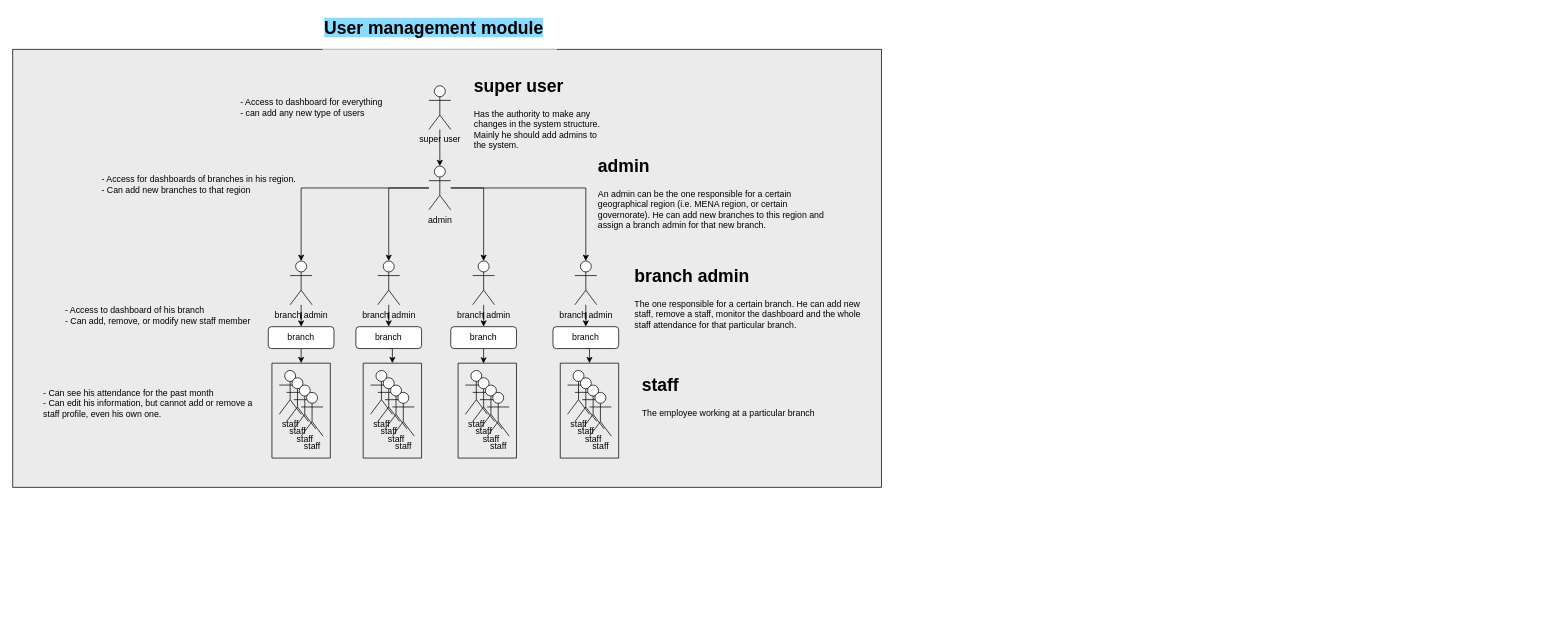
This is .drawio from NourEldeenM/surveillance-system, a draw.io file, before an edit. Source tidied: cells renumbered, new cells numbered last; positions are measured from the earlier drawing's top-left corner, leaving out a move shared by most shapes. Both pictures are drawn from the tidied source at 73%, with x=0, y=0 at pixel (12, 12).
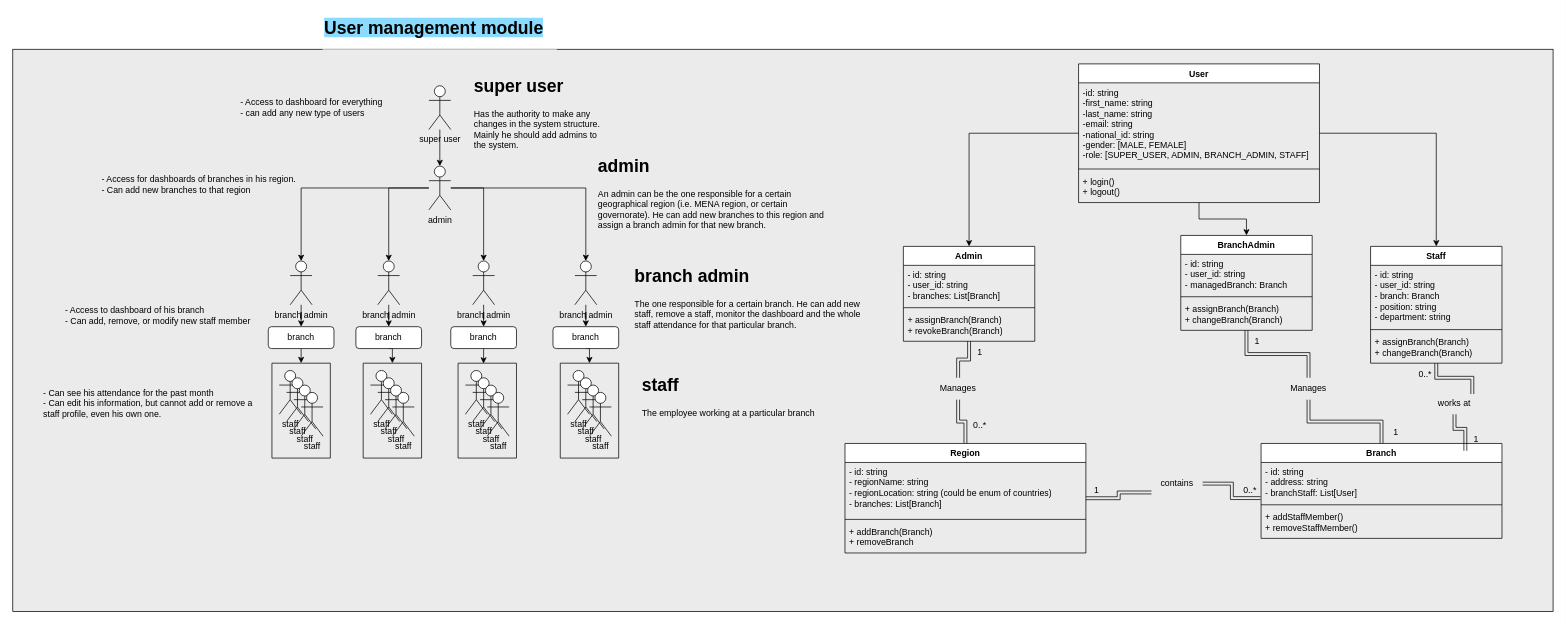
The same page after the edit.

Commit message:
feature(user): add class diagram in .drawio

Change to the diagram source:
```diff
@@
     <mxCell id="2" style="rounded=0;whiteSpace=wrap;html=1;shadow=0;fillColor=light-dark(#EBEBEB,var(--ge-dark-color, #121212));" parent="1" vertex="1">
-      <mxGeometry y="50" width="1190" height="600" as="geometry" />
+      <mxGeometry y="50" width="2110" height="770" as="geometry" />
     </mxCell>
@@
+    <mxCell id="59" style="edgeStyle=orthogonalEdgeStyle;rounded=0;jettySize=auto;html=1;entryX=0.5;entryY=0;entryDx=0;entryDy=0;" parent="1" edge="1" source="61" target="72">
+      <mxGeometry relative="1" as="geometry" />
+    </mxCell>
+    <mxCell id="60" style="edgeStyle=orthogonalEdgeStyle;rounded=0;jettySize=auto;html=1;entryX=0.5;entryY=0;entryDx=0;entryDy=0;" parent="1" edge="1" source="61" target="76">
+      <mxGeometry relative="1" as="geometry" />
+    </mxCell>
+    <mxCell id="61" value="User" style="swimlane;fontStyle=1;align=center;verticalAlign=top;horizontal=1;startSize=26;whiteSpace=wrap;html=1;" parent="1" vertex="1">
+      <mxGeometry x="1460" y="70" width="330" height="190" as="geometry" />
+    </mxCell>
+    <mxCell id="62" value="-id: string&lt;div&gt;-first_name: string&lt;/div&gt;&lt;div&gt;-last_name: string&lt;/div&gt;&lt;div&gt;-email: string&lt;/div&gt;&lt;div&gt;-national_id: string&lt;/div&gt;&lt;div&gt;-gender: [MALE, FEMALE]&lt;/div&gt;&lt;div&gt;-role: [SUPER_USER, ADMIN, BRANCH_ADMIN, STAFF]&lt;/div&gt;" style="text;strokeColor=none;fillColor=none;align=left;verticalAlign=top;spacingLeft=4;spacingRight=4;overflow=hidden;whiteSpace=wrap;html=1;" parent="61" vertex="1">
+      <mxGeometry y="26" width="330" height="114" as="geometry" />
+    </mxCell>
+    <mxCell id="63" style="line;strokeWidth=1;fillColor=none;align=left;verticalAlign=middle;spacingTop=-1;spacingLeft=3;spacingRight=3;labelPosition=right;strokeColor=inherit;" parent="61" vertex="1">
+      <mxGeometry y="140" width="330" height="8" as="geometry" />
+    </mxCell>
+    <mxCell id="64" value="+ login()&lt;div&gt;+ logout()&lt;/div&gt;" style="text;strokeColor=none;fillColor=none;align=left;verticalAlign=top;spacingLeft=4;spacingRight=4;overflow=hidden;whiteSpace=wrap;html=1;" parent="61" vertex="1">
+      <mxGeometry y="148" width="330" height="42" as="geometry" />
+    </mxCell>
+    <mxCell id="65" style="edgeStyle=orthogonalEdgeStyle;rounded=0;jettySize=auto;html=1;shape=link;" parent="1" edge="1" source="100" target="84">
+      <mxGeometry relative="1" as="geometry" />
+    </mxCell>
+    <mxCell id="66" value="Admin" style="swimlane;fontStyle=1;align=center;verticalAlign=top;horizontal=1;startSize=26;whiteSpace=wrap;html=1;" parent="1" vertex="1">
+      <mxGeometry x="1220" y="320" width="180" height="130" as="geometry" />
+    </mxCell>
+    <mxCell id="67" value="- id: string&lt;div&gt;- user_id: string&lt;/div&gt;&lt;div&gt;- branches: List[Branch]&lt;/div&gt;" style="text;strokeColor=none;fillColor=none;align=left;verticalAlign=top;spacingLeft=4;spacingRight=4;overflow=hidden;whiteSpace=wrap;html=1;" parent="66" vertex="1">
+      <mxGeometry y="26" width="180" height="54" as="geometry" />
+    </mxCell>
+    <mxCell id="68" style="line;strokeWidth=1;fillColor=none;align=left;verticalAlign=middle;spacingTop=-1;spacingLeft=3;spacingRight=3;labelPosition=right;strokeColor=inherit;" parent="66" vertex="1">
+      <mxGeometry y="80" width="180" height="8" as="geometry" />
+    </mxCell>
+    <mxCell id="69" value="+ assignBranch(Branch)&lt;div&gt;+ revokeBranch(Branch)&lt;/div&gt;" style="text;strokeColor=none;fillColor=none;align=left;verticalAlign=top;spacingLeft=4;spacingRight=4;overflow=hidden;whiteSpace=wrap;html=1;" parent="66" vertex="1">
+      <mxGeometry y="88" width="180" height="42" as="geometry" />
+    </mxCell>
+    <mxCell id="70" style="edgeStyle=orthogonalEdgeStyle;rounded=0;jettySize=auto;html=1;entryX=0.5;entryY=0;entryDx=0;entryDy=0;" parent="1" edge="1" source="61" target="66">
+      <mxGeometry relative="1" as="geometry" />
+    </mxCell>
+    <mxCell id="71" style="edgeStyle=orthogonalEdgeStyle;rounded=0;jettySize=auto;html=1;entryX=0.5;entryY=0;entryDx=0;entryDy=0;shape=link;" parent="1" edge="1" source="96" target="80">
+      <mxGeometry relative="1" as="geometry" />
+    </mxCell>
+    <mxCell id="72" value="BranchAdmin" style="swimlane;fontStyle=1;align=center;verticalAlign=top;horizontal=1;startSize=26;whiteSpace=wrap;html=1;" parent="1" vertex="1">
+      <mxGeometry x="1600" y="305" width="180" height="130" as="geometry" />
+    </mxCell>
+    <mxCell id="73" value="- id: string&lt;div&gt;- user_id: string&lt;/div&gt;&lt;div&gt;- managedBranch: Branch&lt;/div&gt;" style="text;strokeColor=none;fillColor=none;align=left;verticalAlign=top;spacingLeft=4;spacingRight=4;overflow=hidden;whiteSpace=wrap;html=1;" parent="72" vertex="1">
+      <mxGeometry y="26" width="180" height="54" as="geometry" />
+    </mxCell>
+    <mxCell id="74" style="line;strokeWidth=1;fillColor=none;align=left;verticalAlign=middle;spacingTop=-1;spacingLeft=3;spacingRight=3;labelPosition=right;strokeColor=inherit;" parent="72" vertex="1">
+      <mxGeometry y="80" width="180" height="8" as="geometry" />
+    </mxCell>
+    <mxCell id="75" value="+ assignBranch(Branch)&lt;div&gt;+ changeBranch(Branch)&lt;/div&gt;" style="text;strokeColor=none;fillColor=none;align=left;verticalAlign=top;spacingLeft=4;spacingRight=4;overflow=hidden;whiteSpace=wrap;html=1;" parent="72" vertex="1">
+      <mxGeometry y="88" width="180" height="42" as="geometry" />
+    </mxCell>
+    <mxCell id="76" value="Staff" style="swimlane;fontStyle=1;align=center;verticalAlign=top;horizontal=1;startSize=26;whiteSpace=wrap;html=1;" parent="1" vertex="1">
+      <mxGeometry x="1860" y="320" width="180" height="160" as="geometry" />
+    </mxCell>
+    <mxCell id="77" value="- id: string&lt;div&gt;- user_id: string&lt;/div&gt;&lt;div&gt;- branch: Branch&lt;/div&gt;&lt;div&gt;- position: string&lt;/div&gt;&lt;div&gt;- department: string&lt;/div&gt;" style="text;strokeColor=none;fillColor=none;align=left;verticalAlign=top;spacingLeft=4;spacingRight=4;overflow=hidden;whiteSpace=wrap;html=1;" parent="76" vertex="1">
+      <mxGeometry y="26" width="180" height="84" as="geometry" />
+    </mxCell>
+    <mxCell id="78" style="line;strokeWidth=1;fillColor=none;align=left;verticalAlign=middle;spacingTop=-1;spacingLeft=3;spacingRight=3;labelPosition=right;strokeColor=inherit;" parent="76" vertex="1">
+      <mxGeometry y="110" width="180" height="8" as="geometry" />
+    </mxCell>
+    <mxCell id="79" value="+ assignBranch(Branch)&lt;div&gt;+ changeBranch(Branch)&lt;/div&gt;" style="text;strokeColor=none;fillColor=none;align=left;verticalAlign=top;spacingLeft=4;spacingRight=4;overflow=hidden;whiteSpace=wrap;html=1;" parent="76" vertex="1">
+      <mxGeometry y="118" width="180" height="42" as="geometry" />
+    </mxCell>
+    <mxCell id="80" value="Branch" style="swimlane;fontStyle=1;align=center;verticalAlign=top;horizontal=1;startSize=26;whiteSpace=wrap;html=1;" parent="1" vertex="1">
+      <mxGeometry x="1710" y="590" width="330" height="130" as="geometry" />
+    </mxCell>
+    <mxCell id="81" value="- id: string&lt;div&gt;- address: string&lt;/div&gt;&lt;div&gt;- branchStaff: List[User]&lt;/div&gt;" style="text;strokeColor=none;fillColor=none;align=left;verticalAlign=top;spacingLeft=4;spacingRight=4;overflow=hidden;points=[[0,0.5],[1,0.5]];portConstraint=eastwest;whiteSpace=wrap;html=1;" parent="80" vertex="1">
+      <mxGeometry y="26" width="330" height="54" as="geometry" />
+    </mxCell>
+    <mxCell id="82" style="line;strokeWidth=1;fillColor=none;align=left;verticalAlign=middle;spacingTop=-1;spacingLeft=3;spacingRight=3;labelPosition=right;strokeColor=inherit;" parent="80" vertex="1">
+      <mxGeometry y="80" width="330" height="8" as="geometry" />
+    </mxCell>
+    <mxCell id="83" value="&lt;div&gt;+ addStaffMember()&lt;/div&gt;&lt;div&gt;+ removeStaffMember()&lt;/div&gt;" style="text;strokeColor=none;fillColor=none;align=left;verticalAlign=top;spacingLeft=4;spacingRight=4;overflow=hidden;whiteSpace=wrap;html=1;" parent="80" vertex="1">
+      <mxGeometry y="88" width="330" height="42" as="geometry" />
+    </mxCell>
+    <mxCell id="84" value="Region" style="swimlane;fontStyle=1;align=center;verticalAlign=top;horizontal=1;startSize=26;whiteSpace=wrap;html=1;" parent="1" vertex="1">
+      <mxGeometry x="1140" y="590" width="330" height="150" as="geometry" />
+    </mxCell>
+    <mxCell id="85" value="- id: string&lt;div&gt;- regionName: string&lt;/div&gt;&lt;div&gt;- regionLocation: string (could be enum of countries)&lt;/div&gt;&lt;div&gt;- branches: List[Branch]&lt;/div&gt;" style="text;strokeColor=none;fillColor=none;align=left;verticalAlign=top;spacingLeft=4;spacingRight=4;overflow=hidden;whiteSpace=wrap;html=1;" parent="84" vertex="1">
+      <mxGeometry y="26" width="330" height="74" as="geometry" />
+    </mxCell>
+    <mxCell id="86" style="line;strokeWidth=1;fillColor=none;align=left;verticalAlign=middle;spacingTop=-1;spacingLeft=3;spacingRight=3;labelPosition=right;strokeColor=inherit;" parent="84" vertex="1">
+      <mxGeometry y="100" width="330" height="8" as="geometry" />
+    </mxCell>
+    <mxCell id="87" value="+ addBranch(Branch)&lt;div&gt;+ removeBranch&lt;/div&gt;" style="text;strokeColor=none;fillColor=none;align=left;verticalAlign=top;spacingLeft=4;spacingRight=4;overflow=hidden;whiteSpace=wrap;html=1;" parent="84" vertex="1">
+      <mxGeometry y="108" width="330" height="42" as="geometry" />
+    </mxCell>
+    <mxCell id="88" value="1" style="text;html=1;align=center;verticalAlign=middle;whiteSpace=wrap;rounded=0;" parent="1" vertex="1">
+      <mxGeometry x="1310" y="450" width="30" height="30" as="geometry" />
+    </mxCell>
+    <mxCell id="89" value="0..*" style="text;html=1;align=center;verticalAlign=middle;whiteSpace=wrap;rounded=0;" parent="1" vertex="1">
+      <mxGeometry x="1310" y="550" width="30" height="30" as="geometry" />
+    </mxCell>
+    <mxCell id="90" style="edgeStyle=orthogonalEdgeStyle;rounded=0;jettySize=auto;html=1;entryX=-0.002;entryY=0.904;entryDx=0;entryDy=0;entryPerimeter=0;shape=link;" parent="1" edge="1" source="98" target="81">
+      <mxGeometry relative="1" as="geometry" />
+    </mxCell>
+    <mxCell id="91" value="1" style="text;html=1;align=center;verticalAlign=middle;whiteSpace=wrap;rounded=0;" parent="1" vertex="1">
+      <mxGeometry x="1470" y="640" width="30" height="30" as="geometry" />
+    </mxCell>
+    <mxCell id="92" value="0..*" style="text;html=1;align=center;verticalAlign=middle;whiteSpace=wrap;rounded=0;" parent="1" vertex="1">
+      <mxGeometry x="1680" y="640" width="30" height="30" as="geometry" />
+    </mxCell>
+    <mxCell id="93" value="1" style="text;html=1;align=center;verticalAlign=middle;whiteSpace=wrap;rounded=0;" parent="1" vertex="1">
+      <mxGeometry x="1690" y="435" width="30" height="30" as="geometry" />
+    </mxCell>
+    <mxCell id="94" value="1" style="text;html=1;align=center;verticalAlign=middle;whiteSpace=wrap;rounded=0;" parent="1" vertex="1">
+      <mxGeometry x="1880" y="560" width="30" height="30" as="geometry" />
+    </mxCell>
+    <mxCell id="95" style="edgeStyle=orthogonalEdgeStyle;rounded=0;jettySize=auto;html=1;entryX=0.5;entryY=0;entryDx=0;entryDy=0;shape=link;" parent="1" edge="1" source="72" target="96">
+      <mxGeometry relative="1" as="geometry" />
+    </mxCell>
+    <mxCell id="96" value="Manages" style="text;html=1;align=center;verticalAlign=middle;whiteSpace=wrap;rounded=0;" parent="1" vertex="1">
+      <mxGeometry x="1740" y="500" width="70" height="30" as="geometry" />
+    </mxCell>
+    <mxCell id="97" style="edgeStyle=orthogonalEdgeStyle;rounded=0;jettySize=auto;html=1;entryX=-0.002;entryY=0.904;entryDx=0;entryDy=0;entryPerimeter=0;shape=link;" parent="1" edge="1" source="84" target="98">
+      <mxGeometry relative="1" as="geometry" />
+    </mxCell>
+    <mxCell id="98" value="contains" style="text;html=1;align=center;verticalAlign=middle;whiteSpace=wrap;rounded=0;" parent="1" vertex="1">
+      <mxGeometry x="1560" y="630" width="70" height="30" as="geometry" />
+    </mxCell>
+    <mxCell id="99" style="edgeStyle=orthogonalEdgeStyle;rounded=0;jettySize=auto;html=1;shape=link;" parent="1" edge="1" source="66" target="100">
+      <mxGeometry relative="1" as="geometry" />
+    </mxCell>
+    <mxCell id="100" value="Manages" style="text;html=1;align=center;verticalAlign=middle;whiteSpace=wrap;rounded=0;" parent="1" vertex="1">
+      <mxGeometry x="1260" y="500" width="70" height="30" as="geometry" />
+    </mxCell>
+    <mxCell id="101" style="edgeStyle=orthogonalEdgeStyle;rounded=0;jettySize=auto;html=1;entryX=0.848;entryY=0.077;entryDx=0;entryDy=0;entryPerimeter=0;shape=link;" parent="1" edge="1" source="103" target="80">
+      <mxGeometry relative="1" as="geometry" />
+    </mxCell>
+    <mxCell id="102" style="edgeStyle=orthogonalEdgeStyle;rounded=0;jettySize=auto;html=1;entryX=0.848;entryY=0.077;entryDx=0;entryDy=0;entryPerimeter=0;shape=link;" parent="1" edge="1" source="76" target="103">
+      <mxGeometry relative="1" as="geometry" />
+    </mxCell>
+    <mxCell id="103" value="works at" style="text;html=1;align=center;verticalAlign=middle;whiteSpace=wrap;rounded=0;" parent="1" vertex="1">
+      <mxGeometry x="1940" y="520" width="70" height="30" as="geometry" />
+    </mxCell>
+    <mxCell id="104" value="1" style="text;html=1;align=center;verticalAlign=middle;whiteSpace=wrap;rounded=0;" parent="1" vertex="1">
+      <mxGeometry x="1990" y="570" width="30" height="30" as="geometry" />
+    </mxCell>
+    <mxCell id="105" value="0..*" style="text;html=1;align=center;verticalAlign=middle;whiteSpace=wrap;rounded=0;" parent="1" vertex="1">
+      <mxGeometry x="1920" y="480" width="30" height="30" as="geometry" />
+    </mxCell>
```
